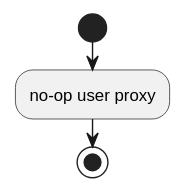
Above: c1_sdd_linux-ipcs/cursor_tmp/flow_svgs/linux_6_5_10_ipcsHwFree.svg in Mastang1/sad_sdd_proj (PlantUML), before the change.
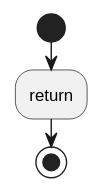
Above is the later version.

The edit, as a diff of the source:
```diff
@@ -3,6 +3,6 @@
 skinparam conditionStyle insideDiamond
 skinparam linetype ortho
 start
-:no-op user proxy;
+:return;
 stop
 @enduml
```
